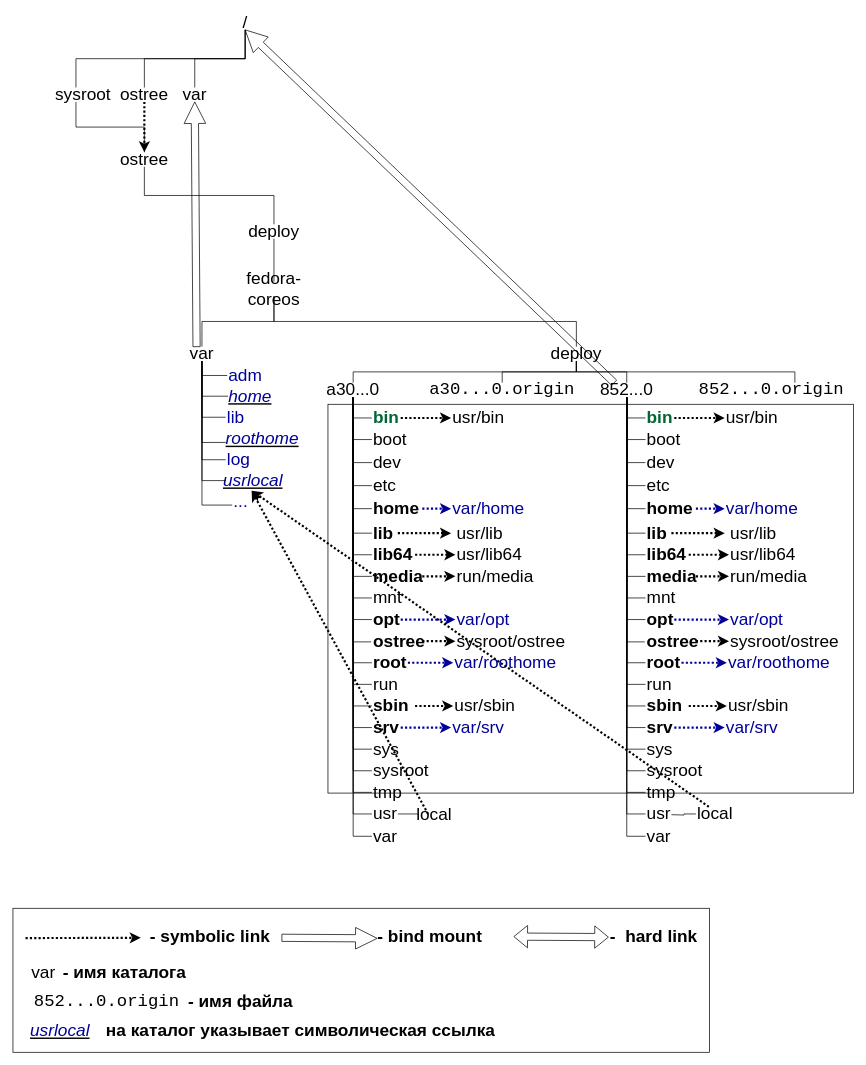
Above: Fedora-CoreOs/ostree/Images/stateroot.drawio in kafnevod/ALT-CoreOs (draw.io), before the change. Source tidied: cells renumbered, new cells numbered last; positions are measured from the earlier drawing's top-left corner, leaving out a move shared by most shapes. Both pictures are drawn from the tidied source at 72%, with x=0, y=0 at pixel (12, 15).
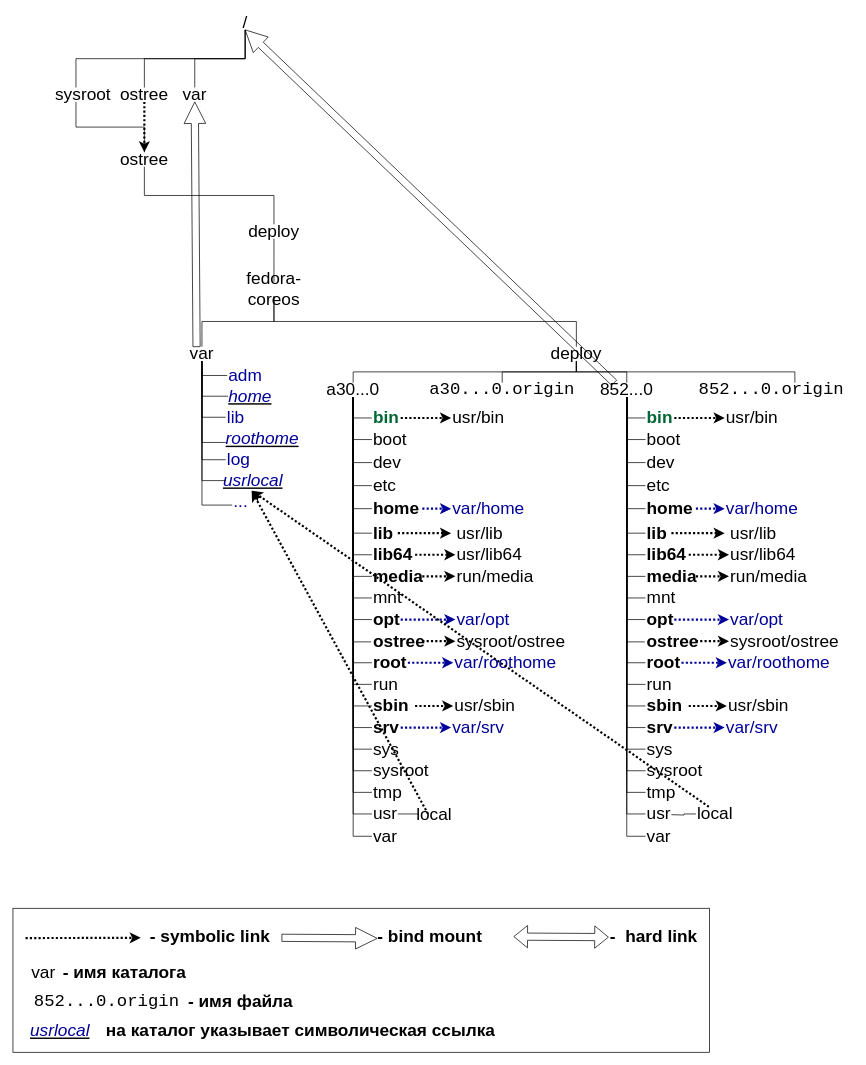
After the change.

Change to the diagram source:
```diff
@@
-    <mxCell id="2" style="rounded=0;whiteSpace=wrap;html=1;strokeWidth=1;fillColor=none;" parent="1" vertex="1">
-      <mxGeometry x="438" y="540" width="730" height="540" as="geometry" />
-    </mxCell>
```
